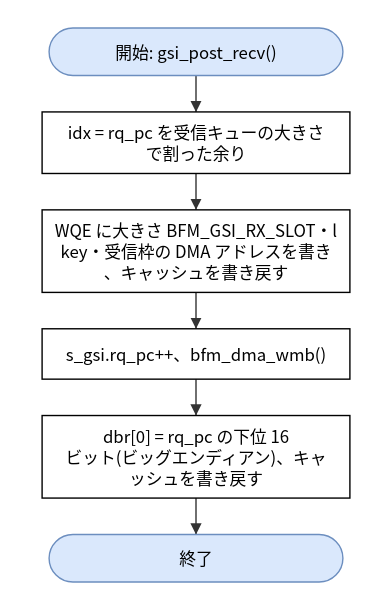
hf355051012-ai/bfmem keeps this draw.io diagram as doc/spec/images/flow_src_bfm_cm__gsi_post_recv.drawio.svg. Above is the earlier version. Source tidied: cells renumbered, new cells last; positions are measured from the earlier drawing's top-left corner, leaving out a move shared by most shapes.
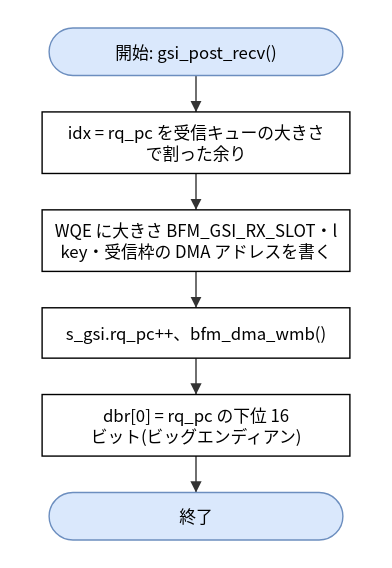
Above is the later version.

Diff of the diagram source:
```diff
@@ -8,17 +8,17 @@
     <mxCell id="3" value="idx = rq_pc を受信キューの大きさ&lt;br&gt;で割った余り" style="rounded=0;whiteSpace=wrap;html=1;" parent="1" vertex="1">
       <mxGeometry y="60" width="220" height="44" as="geometry" />
     </mxCell>
-    <mxCell id="4" value="WQE に大きさ BFM_GSI_RX_SLOT・l&lt;br&gt;key・受信枠の DMA アドレスを書き&lt;br&gt;、キャッシュを書き戻す" style="rounded=0;whiteSpace=wrap;html=1;" parent="1" vertex="1">
-      <mxGeometry y="130" width="220" height="59" as="geometry" />
+    <mxCell id="4" value="WQE に大きさ BFM_GSI_RX_SLOT・l&lt;br&gt;key・受信枠の DMA アドレスを書く" style="rounded=0;whiteSpace=wrap;html=1;" parent="1" vertex="1">
+      <mxGeometry y="130" width="220" height="44" as="geometry" />
     </mxCell>
     <mxCell id="5" value="s_gsi.rq_pc++、bfm_dma_wmb()" style="rounded=0;whiteSpace=wrap;html=1;" parent="1" vertex="1">
-      <mxGeometry y="215" width="220" height="36" as="geometry" />
+      <mxGeometry y="200" width="220" height="36" as="geometry" />
     </mxCell>
-    <mxCell id="6" value="dbr[0] = rq_pc の下位 16&lt;br&gt;ビット(ビッグエンディアン)、キャ&lt;br&gt;ッシュを書き戻す" style="rounded=0;whiteSpace=wrap;html=1;" parent="1" vertex="1">
-      <mxGeometry y="277" width="220" height="59" as="geometry" />
+    <mxCell id="6" value="dbr[0] = rq_pc の下位 16&lt;br&gt;ビット(ビッグエンディアン)" style="rounded=0;whiteSpace=wrap;html=1;" parent="1" vertex="1">
+      <mxGeometry y="262" width="220" height="44" as="geometry" />
     </mxCell>
     <mxCell id="7" value="終了" style="rounded=1;arcSize=50;whiteSpace=wrap;html=1;fillColor=#dae8fc;strokeColor=#6c8ebf;" parent="1" vertex="1">
-      <mxGeometry x="5" y="362" width="210" height="34" as="geometry" />
+      <mxGeometry x="5" y="332" width="210" height="34" as="geometry" />
     </mxCell>
     <mxCell id="8" style="edgeStyle=none;html=1;rounded=0;endArrow=block;endFill=1;exitX=0.5000;exitY=1.0000;exitDx=0;exitDy=0;exitPerimeter=0;entryX=0.5000;entryY=0.0000;entryDx=0;entryDy=0;entryPerimeter=0;" parent="1" edge="1" source="2" target="3">
       <mxGeometry relative="1" as="geometry" />
```
